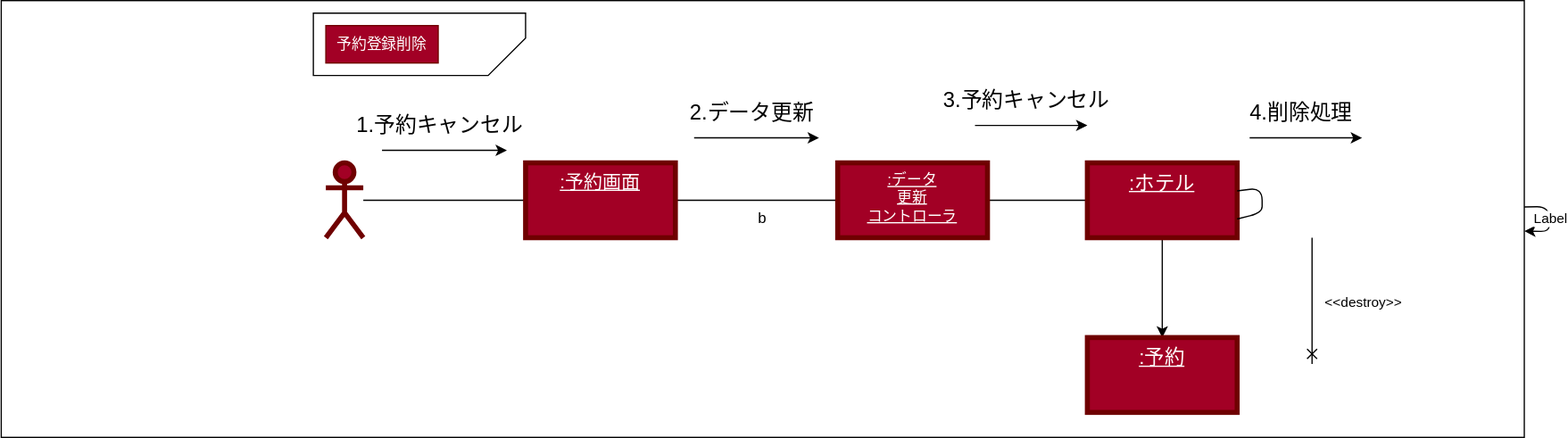
Above: 演習５/演習５-2_CD_予約登録削除.drawio.svg in Kuya0307/unl-introduction (draw.io), before the change. Source tidied: cells renumbered, new cells last; positions are measured from the earlier drawing's top-left corner, leaving out a move shared by most shapes.
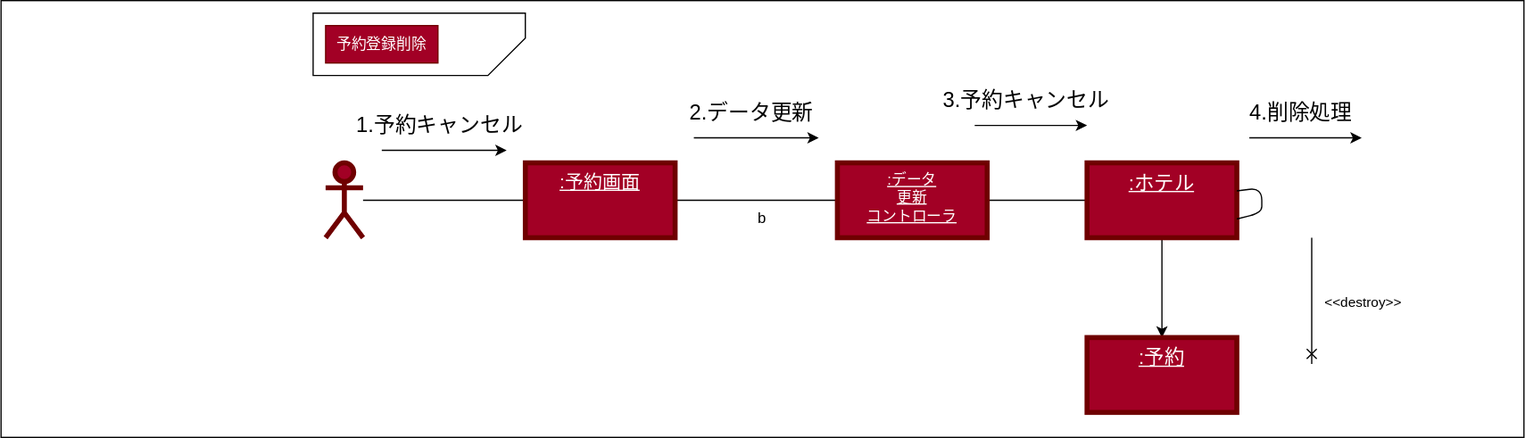
The same diagram one commit later.

Change to the diagram source:
```diff
@@ -74,12 +74,6 @@
     <mxCell id="20" style="edgeStyle=none;html=1;entryX=1;entryY=0.75;entryDx=0;entryDy=0;endArrow=none;endFill=0;" parent="1" edge="1" source="12" target="12">
       <mxGeometry relative="1" as="geometry" />
     </mxCell>
-    <mxCell id="21" style="endArrow=classic;html=1;" parent="1" edge="1" source="2" target="2">
-      <mxGeometry relative="1" as="geometry" />
-    </mxCell>
-    <mxCell id="22" value="Label" style="edgeLabel;html=1;align=center;verticalAlign=middle;" parent="21" vertex="1">
-      <mxGeometry relative="1" as="geometry" />
-    </mxCell>
     <mxCell id="23" style="endArrow=cross;html=1;endFill=0;" parent="1" edge="1">
       <mxGeometry relative="1" as="geometry">
         <mxPoint x="1050" y="190" as="sourcePoint" />
```
